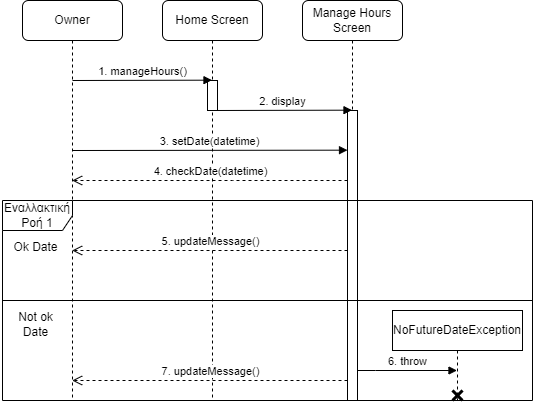
Above: Sequence Diagrams/Images/sequence manageHours.drawio.png in DamiMikonos/Software-Engineering (draw.io), before the change. Source tidied: cells renumbered, new cells last; positions are measured from the earlier drawing's top-left corner, leaving out a move shared by most shapes.
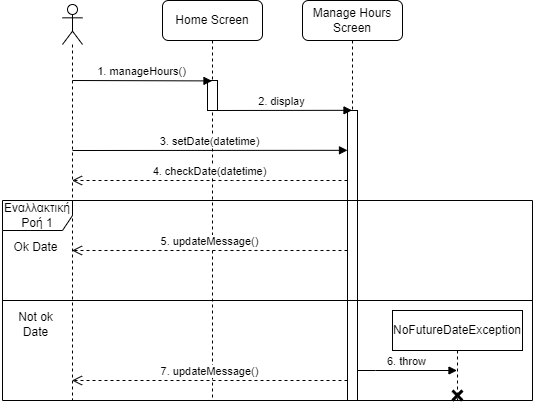
After the commit.

What changed in the source:
```diff
@@ -2,9 +2,6 @@
   <root>
     <mxCell id="0" />
     <mxCell id="1" parent="0" />
-    <mxCell id="2" value="Owner" style="shape=umlLifeline;perimeter=lifelinePerimeter;whiteSpace=wrap;html=1;outlineConnect=0;portConstraint=eastwest;newEdgeStyle={&quot;edgeStyle&quot;:&quot;elbowEdgeStyle&quot;,&quot;elbow&quot;:&quot;vertical&quot;,&quot;curved&quot;:0,&quot;rounded&quot;:0};rounded=1;" parent="1" vertex="1">
-      <mxGeometry x="22" width="100" height="400" as="geometry" />
-    </mxCell>
     <mxCell id="3" value="Home Screen" style="shape=umlLifeline;perimeter=lifelinePerimeter;whiteSpace=wrap;html=1;outlineConnect=0;portConstraint=eastwest;newEdgeStyle={&quot;edgeStyle&quot;:&quot;elbowEdgeStyle&quot;,&quot;elbow&quot;:&quot;vertical&quot;,&quot;curved&quot;:0,&quot;rounded&quot;:0};rounded=1;" parent="1" vertex="1">
       <mxGeometry x="162" width="100" height="400" as="geometry" />
     </mxCell>
@@ -35,8 +32,9 @@
     <mxCell id="10" value="Εναλλακτική Ροή 1" style="shape=umlFrame;whiteSpace=wrap;html=1;width=70;height=30;" parent="1" vertex="1">
       <mxGeometry x="2" y="200" width="530" height="200" as="geometry" />
     </mxCell>
-    <mxCell id="11" value="4. checkDate(datetime)" style="html=1;verticalAlign=bottom;endArrow=open;dashed=1;endSize=8;edgeStyle=elbowEdgeStyle;elbow=vertical;curved=0;rounded=0;" parent="1" edge="1" source="6" target="2">
+    <mxCell id="11" value="4. checkDate(datetime)" style="html=1;verticalAlign=bottom;endArrow=open;dashed=1;endSize=8;edgeStyle=elbowEdgeStyle;elbow=vertical;curved=0;rounded=0;" parent="1" edge="1" source="6">
       <mxGeometry relative="1" as="geometry">
+        <mxPoint x="71.5" y="180" as="targetPoint" />
         <Array as="points">
           <mxPoint x="232" y="180" />
         </Array>
@@ -51,8 +49,9 @@
     <mxCell id="14" value="Not ok &lt;br&gt;Date" style="text;html=1;align=center;verticalAlign=middle;strokeColor=none;fillColor=none;" parent="1" vertex="1">
       <mxGeometry x="5" y="304" width="60" height="40" as="geometry" />
     </mxCell>
-    <mxCell id="15" value="5. updateMessage()" style="html=1;verticalAlign=bottom;endArrow=open;dashed=1;endSize=8;edgeStyle=elbowEdgeStyle;elbow=vertical;curved=0;rounded=0;" parent="1" edge="1" source="6" target="2">
+    <mxCell id="15" value="5. updateMessage()" style="html=1;verticalAlign=bottom;endArrow=open;dashed=1;endSize=8;edgeStyle=elbowEdgeStyle;elbow=vertical;curved=0;rounded=0;" parent="1" edge="1" source="6">
       <mxGeometry relative="1" as="geometry">
+        <mxPoint x="71.5" y="250" as="targetPoint" />
         <Array as="points">
           <mxPoint x="212" y="250" />
         </Array>
@@ -71,13 +70,17 @@
         </Array>
       </mxGeometry>
     </mxCell>
-    <mxCell id="19" value="7. updateMessage()" style="html=1;verticalAlign=bottom;endArrow=open;dashed=1;endSize=8;edgeStyle=elbowEdgeStyle;elbow=vertical;curved=0;rounded=0;" parent="1" edge="1" source="6" target="2">
+    <mxCell id="19" value="7. updateMessage()" style="html=1;verticalAlign=bottom;endArrow=open;dashed=1;endSize=8;edgeStyle=elbowEdgeStyle;elbow=vertical;curved=0;rounded=0;" parent="1" edge="1" source="6">
       <mxGeometry relative="1" as="geometry">
+        <mxPoint x="71.5" y="380" as="targetPoint" />
         <Array as="points">
           <mxPoint x="242" y="380" />
           <mxPoint x="212" y="250" />
         </Array>
       </mxGeometry>
     </mxCell>
+    <mxCell id="20" style="shape=umlLifeline;perimeter=lifelinePerimeter;whiteSpace=wrap;html=1;newEdgeStyle={&quot;edgeStyle&quot;:&quot;elbowEdgeStyle&quot;,&quot;elbow&quot;:&quot;vertical&quot;,&quot;curved&quot;:0,&quot;rounded&quot;:0};participant=umlActor;" parent="1" vertex="1">
+      <mxGeometry x="62" y="4" width="20" height="396" as="geometry" />
+    </mxCell>
   </root>
 </mxGraphModel>
```
